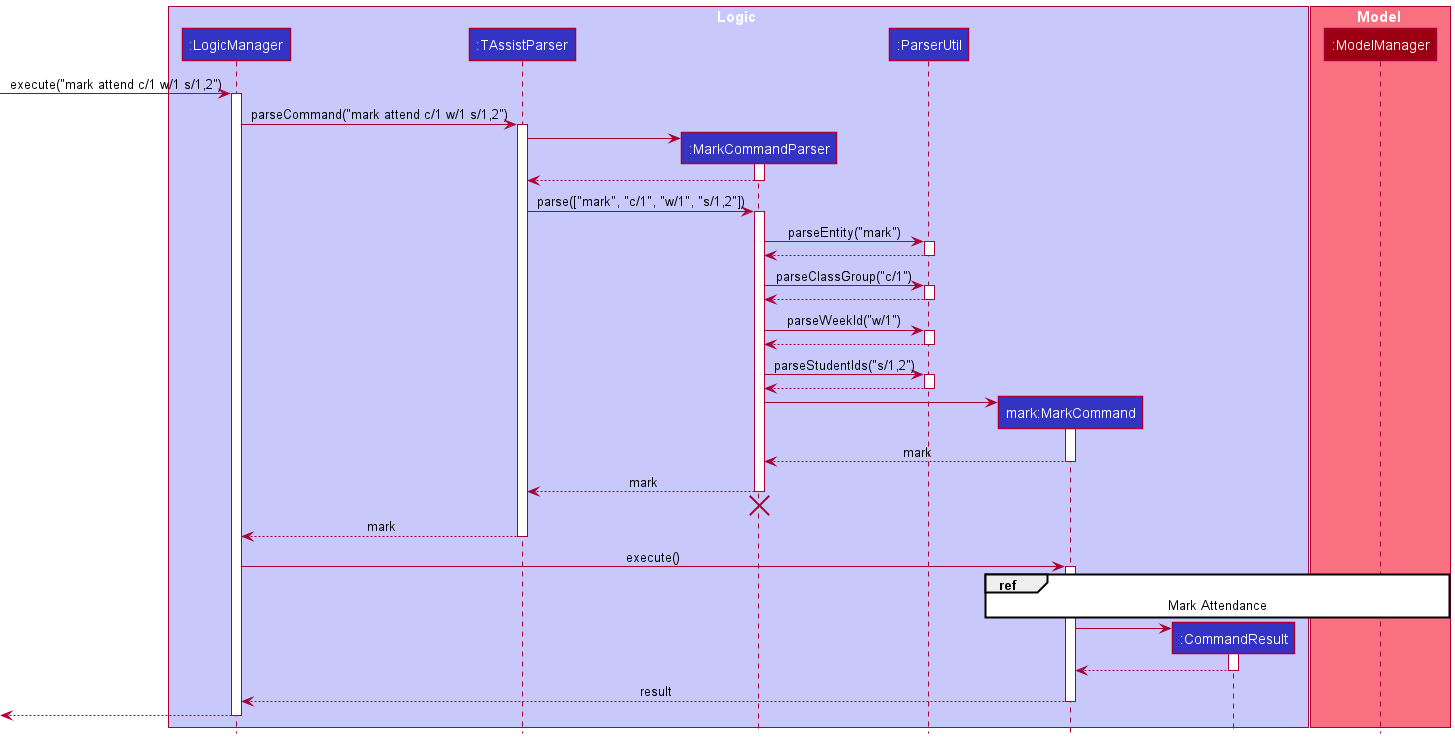
nus-cs2103-AY2122S2/tp keeps this PlantUML diagram as docs/images/MarkUnmarkSequenceDiagram.png. Above is the earlier version.
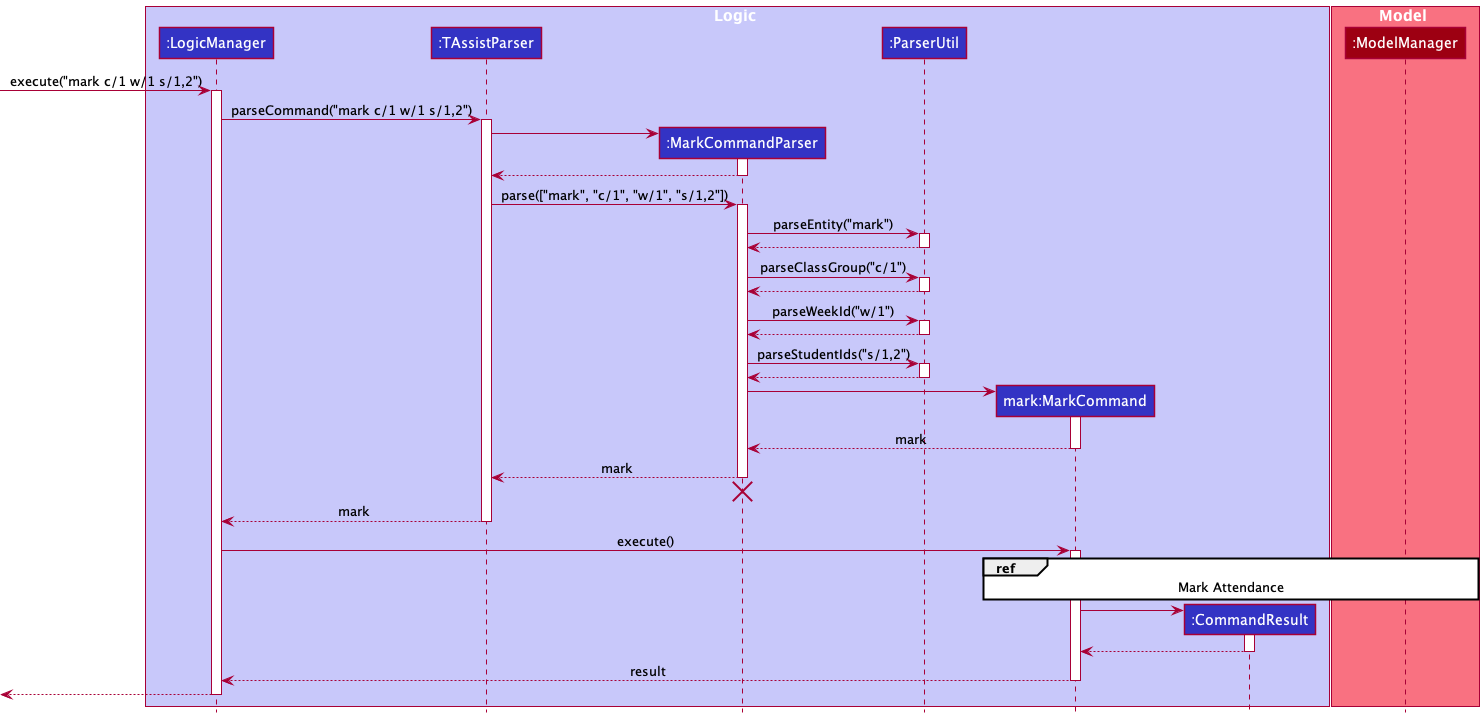
Above is the later version.

Commit message:
Update mark/unmark command DG

The edit, as a diff of the source:
```diff
@@ -14,10 +14,10 @@
 participant ":ModelManager" as ModelManager MODEL_COLOR
 end box
 
-[-> LogicManager : execute("mark attend c/1 w/1 s/1,2")
+[-> LogicManager : execute("mark c/1 w/1 s/1,2")
 activate LogicManager
 
-LogicManager -> TAssistParser : parseCommand("mark attend c/1 w/1 s/1,2")
+LogicManager -> TAssistParser : parseCommand("mark c/1 w/1 s/1,2")
 activate TAssistParser
 
 create MarkCommandParser
```
